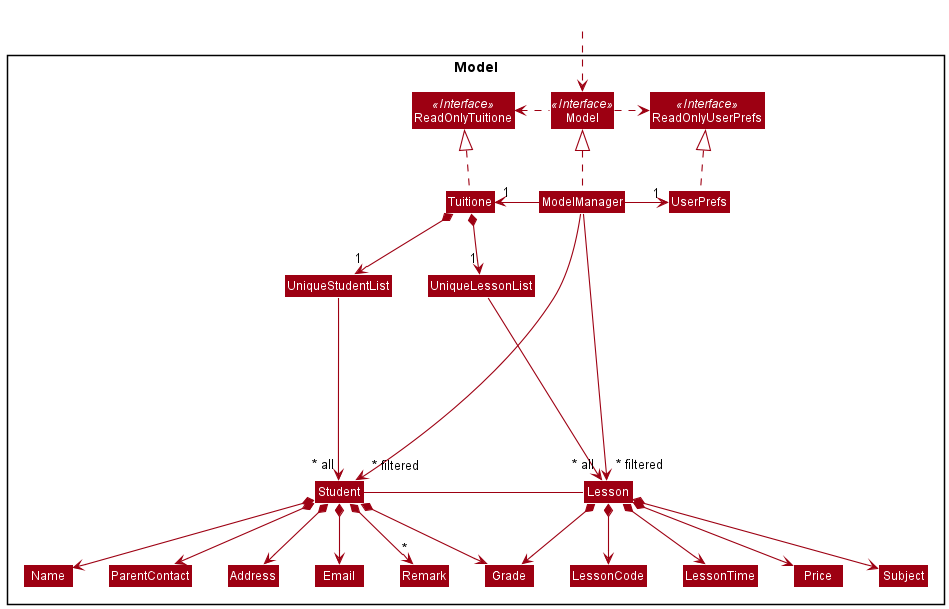
nus-cs2103-AY2122S1/tp keeps this PlantUML diagram as docs/images/DeveloperGuideImage/ModelClassDiagram.png. Above is the earlier version. Source of this version:
```plantuml
@startuml
!include style.puml
skinparam arrowThickness 1.1
skinparam arrowColor MODEL_COLOR
skinparam classBackgroundColor MODEL_COLOR

Package Model <<Rectangle>>{
Interface ReadOnlyTuitione <<Interface>>
Interface ReadOnlyUserPrefs <<Interface>>
Interface Model <<Interface>>
Class Tuitione
Class ReadOnlyTuitione
Class Model
Class ModelManager
Class UserPrefs
Class ReadOnlyUserPrefs


Class UniqueStudentList
Class Student
Class Address
Class Email
Class Name
Class ParentContact
Class Remark
Class Grade


Class UniqueLessonList
Class Lesson
Class LessonCode
Class LessonTime
Class Price
Class Subject

}

Class HiddenOutside #FFFFFF
HiddenOutside ..> Model

Tuitione .up.|> ReadOnlyTuitione

ModelManager .up.|> Model
Model .right.> ReadOnlyUserPrefs
Model .left.> ReadOnlyTuitione
ModelManager -left-> "1" Tuitione
ModelManager -right-> "1" UserPrefs
UserPrefs .up.|> ReadOnlyUserPrefs

Tuitione *--> "1" UniqueStudentList
UniqueStudentList ----> "~* all" Student
Student *--> Name
Student *--> ParentContact
Student *--> Email
Student *--> Address
Student *--> "*" Remark
Student *--> Grade

Tuitione *--> "1" UniqueLessonList
UniqueLessonList ----> "~* all" Lesson
Lesson *--> LessonCode
Lesson *--> LessonTime
Lesson *--> Price
Lesson *--> Subject
Lesson *--> Grade

Student - Lesson


Name -[hidden]right-> ParentContact
ParentContact -[hidden]right-> Address
Address -[hidden]right-> Email

ModelManager ----->"~* filtered" Student
ModelManager ----->"~* filtered" Lesson
@enduml
```
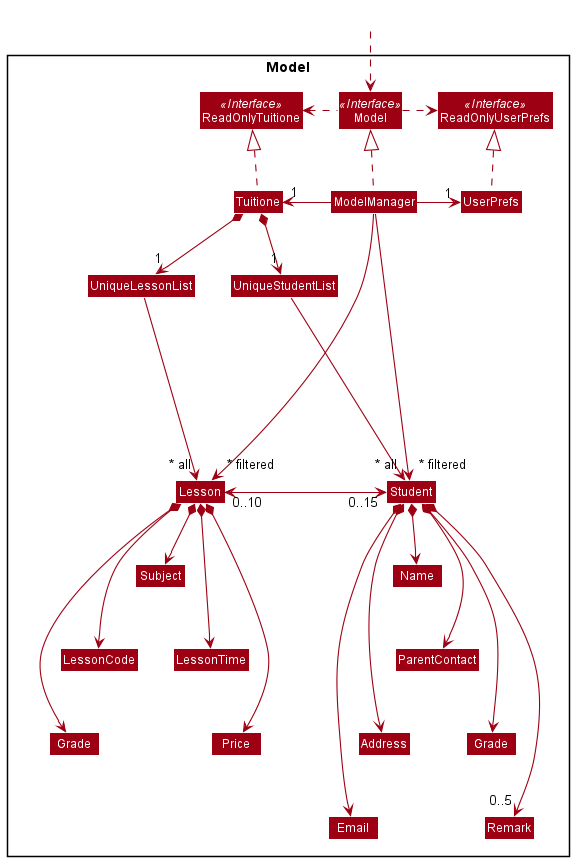
Above is the later version.

Diff of the diagram source:
```diff
@@ -23,8 +23,8 @@
 Class Name
 Class ParentContact
 Class Remark
-Class Grade
-
+Class "Grade" as g1
+Class "Grade" as g2
 
 Class UniqueLessonList
 Class Lesson
@@ -53,23 +53,33 @@
 Student *--> ParentContact
 Student *--> Email
 Student *--> Address
-Student *--> "*" Remark
-Student *--> Grade
+Student *--> "0..5" Remark
+Student *--> g1
+
+Name -[hidden]down-> ParentContact
+ParentContact -[hidden]down-> g1
+g1 -[hidden]down-> Remark
+
+ParentContact -[hidden]down-> Address
+Address -[hidden]down-> Email
+
+UniqueStudentList --[hidden]right--> UniqueLessonList
 
 Tuitione *--> "1" UniqueLessonList
-UniqueLessonList ----> "~* all" Lesson
+UniqueLessonList --right--> "~* all" Lesson
 Lesson *--> LessonCode
 Lesson *--> LessonTime
 Lesson *--> Price
 Lesson *--> Subject
-Lesson *--> Grade
+Lesson *--> g2
 
-Student - Lesson
+Subject -[hidden]down-> LessonTime
+LessonTime -[hidden]down-> Price
 
+Subject -[hidden]down-> LessonCode
+LessonCode -[hidden]down-> g2
 
-Name -[hidden]right-> ParentContact
-ParentContact -[hidden]right-> Address
-Address -[hidden]right-> Email
+Student "0..15" <-left-> "0..10" Lesson
 
 ModelManager ----->"~* filtered" Student
 ModelManager ----->"~* filtered" Lesson
```
